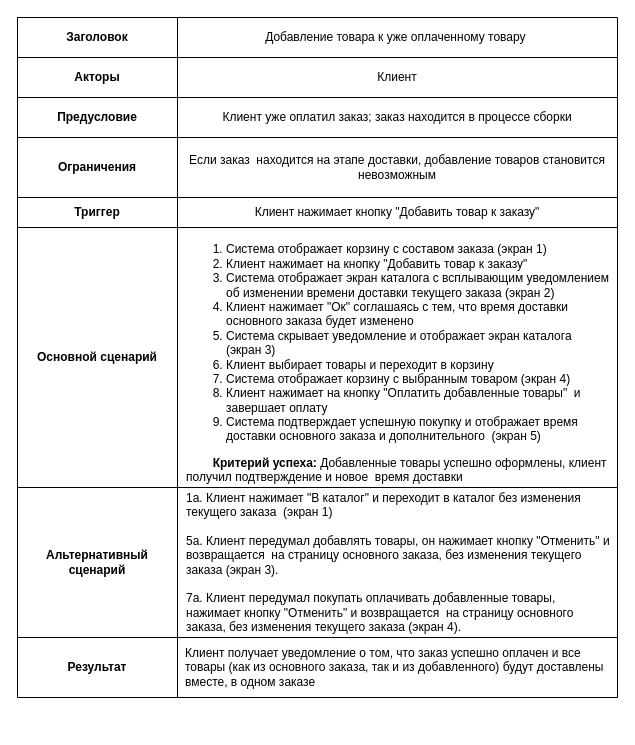
The draw.io diagram Pyatkova_Anastasiya/User_Case.drawio in abdullahproff/BSA21_1, before the edit. Source tidied: cells renumbered, new cells numbered last; positions are measured from the earlier drawing's top-left corner, leaving out a move shared by most shapes. Both pictures are drawn from the tidied source at 100%, with x=0, y=0 at pixel (17, 17).
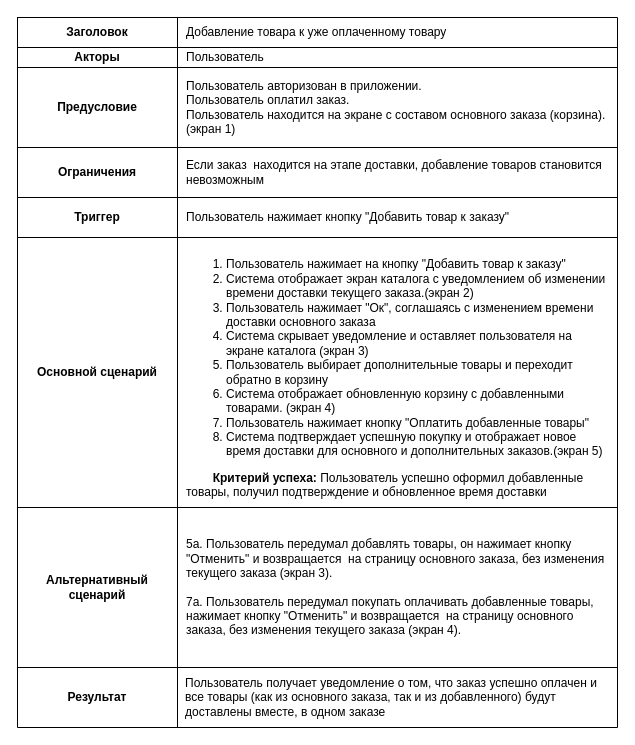
The same page after the edit.

What changed in the source:
```diff
@@
     <mxCell id="2" style="shape=table;startSize=0;childLayout=tableLayout;" parent="1" vertex="1">
-      <mxGeometry width="600" height="680" as="geometry" />
+      <mxGeometry width="600" height="710" as="geometry" />
     </mxCell>
     <mxCell id="3" style="shape=tableRow;horizontal=0;startSize=0;swimlaneHead=0;swimlaneBody=0;strokeColor=inherit;top=0;left=0;bottom=0;right=0;fillColor=none;" parent="2" vertex="1">
-      <mxGeometry width="600" height="40" as="geometry" />
+      <mxGeometry width="600" height="30" as="geometry" />
     </mxCell>
     <mxCell id="4" value="&lt;b&gt;Заголовок&lt;/b&gt;" style="shape=partialRectangle;html=1;whiteSpace=wrap;strokeColor=inherit;overflow=hidden;fillColor=none;top=0;left=0;bottom=0;right=0;" parent="3" vertex="1">
-      <mxGeometry width="160" height="40" as="geometry" />
+      <mxGeometry width="160" height="30" as="geometry" />
     </mxCell>
-    <mxCell id="5" value="Добавление товара к уже оплаченному товару&amp;nbsp;" style="shape=partialRectangle;html=1;whiteSpace=wrap;strokeColor=inherit;overflow=hidden;fillColor=none;top=0;left=0;bottom=0;right=0;spacingLeft=7;spacingRight=7;" parent="3" vertex="1">
-      <mxGeometry x="160" width="440" height="40" as="geometry" />
+    <mxCell id="5" value="Добавление товара к уже оплаченному товару&amp;nbsp;" style="shape=partialRectangle;html=1;whiteSpace=wrap;strokeColor=inherit;overflow=hidden;fillColor=none;top=0;left=0;bottom=0;right=0;spacingLeft=7;spacingRight=7;align=left;" parent="3" vertex="1">
+      <mxGeometry x="160" width="440" height="30" as="geometry" />
     </mxCell>
     <mxCell id="6" style="shape=tableRow;horizontal=0;startSize=0;swimlaneHead=0;swimlaneBody=0;strokeColor=inherit;top=0;left=0;bottom=0;right=0;fillColor=none;" parent="2" vertex="1">
-      <mxGeometry y="40" width="600" height="40" as="geometry" />
+      <mxGeometry y="30" width="600" height="20" as="geometry" />
     </mxCell>
     <mxCell id="7" value="&lt;b&gt;Акторы&lt;/b&gt;" style="shape=partialRectangle;html=1;whiteSpace=wrap;strokeColor=inherit;overflow=hidden;fillColor=none;top=0;left=0;bottom=0;right=0;" parent="6" vertex="1">
-      <mxGeometry width="160" height="40" as="geometry" />
+      <mxGeometry width="160" height="20" as="geometry" />
     </mxCell>
-    <mxCell id="8" value="Клиент" style="shape=partialRectangle;html=1;whiteSpace=wrap;strokeColor=inherit;overflow=hidden;fillColor=none;top=0;left=0;bottom=0;right=0;spacingLeft=7;spacingRight=7;" parent="6" vertex="1">
-      <mxGeometry x="160" width="440" height="40" as="geometry" />
+    <mxCell id="8" value="Пользователь" style="shape=partialRectangle;html=1;whiteSpace=wrap;strokeColor=inherit;overflow=hidden;fillColor=none;top=0;left=0;bottom=0;right=0;spacingLeft=7;spacingRight=7;align=left;" parent="6" vertex="1">
+      <mxGeometry x="160" width="440" height="20" as="geometry" />
     </mxCell>
     <mxCell id="9" style="shape=tableRow;horizontal=0;startSize=0;swimlaneHead=0;swimlaneBody=0;strokeColor=inherit;top=0;left=0;bottom=0;right=0;fillColor=none;" parent="2" vertex="1">
-      <mxGeometry y="80" width="600" height="40" as="geometry" />
+      <mxGeometry y="50" width="600" height="80" as="geometry" />
     </mxCell>
     <mxCell id="10" value="&lt;b&gt;Предусловие&lt;/b&gt;" style="shape=partialRectangle;html=1;whiteSpace=wrap;strokeColor=inherit;overflow=hidden;fillColor=none;top=0;left=0;bottom=0;right=0;" parent="9" vertex="1">
-      <mxGeometry width="160" height="40" as="geometry" />
+      <mxGeometry width="160" height="80" as="geometry" />
     </mxCell>
-    <mxCell id="11" value="Клиент  уже оплатил заказ; заказ находится в процессе сборки" style="shape=partialRectangle;html=1;whiteSpace=wrap;strokeColor=inherit;overflow=hidden;fillColor=none;top=0;left=0;bottom=0;right=0;spacingLeft=7;spacingRight=7;" parent="9" vertex="1">
-      <mxGeometry x="160" width="440" height="40" as="geometry" />
+    <mxCell id="11" value="Пользователь авторизован в приложении.&lt;div&gt;Пользователь оплатил заказ.&amp;nbsp;&lt;/div&gt;&lt;div&gt;Пользователь находится на экране с составом основного заказа (корзина). (экран 1)&lt;/div&gt;" style="shape=partialRectangle;html=1;whiteSpace=wrap;strokeColor=inherit;overflow=hidden;fillColor=none;top=0;left=0;bottom=0;right=0;spacingLeft=7;spacingRight=7;align=left;" parent="9" vertex="1">
+      <mxGeometry x="160" width="440" height="80" as="geometry" />
     </mxCell>
     <mxCell id="12" style="shape=tableRow;horizontal=0;startSize=0;swimlaneHead=0;swimlaneBody=0;strokeColor=inherit;top=0;left=0;bottom=0;right=0;fillColor=none;" parent="2" vertex="1">
-      <mxGeometry y="120" width="600" height="60" as="geometry" />
+      <mxGeometry y="130" width="600" height="50" as="geometry" />
     </mxCell>
     <mxCell id="13" value="&lt;b&gt;Ограничения&lt;/b&gt;" style="shape=partialRectangle;html=1;whiteSpace=wrap;strokeColor=inherit;overflow=hidden;fillColor=none;top=0;left=0;bottom=0;right=0;" parent="12" vertex="1">
-      <mxGeometry width="160" height="60" as="geometry" />
+      <mxGeometry width="160" height="50" as="geometry" />
     </mxCell>
-    <mxCell id="14" value="Если заказ&amp;nbsp; находится на этапе доставки, добавление товаров становится невозможным" style="shape=partialRectangle;html=1;whiteSpace=wrap;strokeColor=inherit;overflow=hidden;fillColor=none;top=0;left=0;bottom=0;right=0;spacingLeft=7;spacingRight=7;" parent="12" vertex="1">
-      <mxGeometry x="160" width="440" height="60" as="geometry" />
+    <mxCell id="14" value="Если заказ&amp;nbsp; находится на этапе доставки, добавление товаров становится невозможным" style="shape=partialRectangle;html=1;whiteSpace=wrap;strokeColor=inherit;overflow=hidden;fillColor=none;top=0;left=0;bottom=0;right=0;spacingLeft=7;spacingRight=7;align=left;" parent="12" vertex="1">
+      <mxGeometry x="160" width="440" height="50" as="geometry" />
     </mxCell>
     <mxCell id="15" style="shape=tableRow;horizontal=0;startSize=0;swimlaneHead=0;swimlaneBody=0;strokeColor=inherit;top=0;left=0;bottom=0;right=0;fillColor=none;" parent="2" vertex="1">
-      <mxGeometry y="180" width="600" height="30" as="geometry" />
+      <mxGeometry y="180" width="600" height="40" as="geometry" />
     </mxCell>
     <mxCell id="16" value="&lt;b&gt;Триггер&lt;/b&gt;" style="shape=partialRectangle;html=1;whiteSpace=wrap;strokeColor=inherit;overflow=hidden;fillColor=none;top=0;left=0;bottom=0;right=0;" parent="15" vertex="1">
-      <mxGeometry width="160" height="30" as="geometry" />
+      <mxGeometry width="160" height="40" as="geometry" />
     </mxCell>
-    <mxCell id="17" value="Клиент нажимает кнопку &quot;Добавить товар к заказу&quot;" style="shape=partialRectangle;html=1;whiteSpace=wrap;strokeColor=inherit;overflow=hidden;fillColor=none;top=0;left=0;bottom=0;right=0;spacingLeft=7;spacingRight=7;" parent="15" vertex="1">
-      <mxGeometry x="160" width="440" height="30" as="geometry" />
+    <mxCell id="17" value="Пользователь нажимает кнопку &quot;Добавить товар к заказу&quot;" style="shape=partialRectangle;html=1;whiteSpace=wrap;strokeColor=inherit;overflow=hidden;fillColor=none;top=0;left=0;bottom=0;right=0;spacingLeft=7;spacingRight=7;align=left;" parent="15" vertex="1">
+      <mxGeometry x="160" width="440" height="40" as="geometry" />
     </mxCell>
     <mxCell id="18" style="shape=tableRow;horizontal=0;startSize=0;swimlaneHead=0;swimlaneBody=0;strokeColor=inherit;top=0;left=0;bottom=0;right=0;fillColor=none;" parent="2" vertex="1">
-      <mxGeometry y="210" width="600" height="260" as="geometry" />
+      <mxGeometry y="220" width="600" height="270" as="geometry" />
     </mxCell>
     <mxCell id="19" value="&lt;b&gt;Основной сценарий&lt;/b&gt;" style="shape=partialRectangle;html=1;whiteSpace=wrap;strokeColor=inherit;overflow=hidden;fillColor=none;top=0;left=0;bottom=0;right=0;" parent="18" vertex="1">
-      <mxGeometry width="160" height="260" as="geometry" />
+      <mxGeometry width="160" height="270" as="geometry" />
     </mxCell>
-    <mxCell id="20" value="&lt;ol style=&quot;&quot;&gt;&lt;li&gt;&lt;span style=&quot;background-color: initial;&quot;&gt;Система отображает корзину с составом заказа (экран 1)&lt;/span&gt;&lt;/li&gt;&lt;li&gt;Клиент нажимает на кнопку &quot;Добавить товар к заказу&quot;&lt;/li&gt;&lt;li&gt;Система отображает экран каталога с всплывающим уведомлением об изменении времени доставки текущего заказа (экран 2)&lt;/li&gt;&lt;li&gt;Клиент нажимает &quot;Ок&quot; соглашаясь с тем, что время доставки основного заказа будет изменено&lt;/li&gt;&lt;li&gt;Система скрывает уведомление и отображает экран каталога (экран 3)&lt;/li&gt;&lt;li&gt;Клиент выбирает товары и переходит в корзину&lt;/li&gt;&lt;li&gt;Система отображает корзину с выбранным товаром (экран 4)&lt;/li&gt;&lt;li&gt;Клиент нажимает на кнопку &quot;Оплатить добавленные товары&quot;&amp;nbsp; и завершает оплату&lt;/li&gt;&lt;li&gt;Система подтверждает успешную покупку и отображает время доставки основного заказа и дополнительного&amp;nbsp; (экран 5)&lt;b style=&quot;&quot;&gt;&lt;br&gt;&lt;/b&gt;&lt;/li&gt;&lt;/ol&gt;&lt;div&gt;&lt;div&gt;&lt;span style=&quot;background-color: initial;&quot;&gt;&lt;div style=&quot;&quot;&gt;&lt;b style=&quot;font-weight: bold; background-color: initial;&quot;&gt;&lt;span style=&quot;white-space: pre;&quot;&gt;&#9;&lt;/span&gt;&lt;/b&gt;&lt;b style=&quot;font-weight: bold; background-color: initial;&quot;&gt;Критерий успеха: &lt;/b&gt;&lt;span style=&quot;background-color: initial;&quot;&gt;Добавленные товары успешно&lt;/span&gt;&lt;span style=&quot;font-weight: normal; background-color: initial;&quot;&gt;&amp;nbsp;оформлены, клиент получил подтверждение и новое&amp;nbsp; время доставки&lt;/span&gt;&lt;/div&gt;&lt;/span&gt;&lt;/div&gt;&lt;/div&gt;" style="shape=partialRectangle;html=1;whiteSpace=wrap;strokeColor=inherit;overflow=hidden;fillColor=none;top=0;left=0;bottom=0;right=0;spacingLeft=7;spacingRight=7;align=left;" parent="18" vertex="1">
-      <mxGeometry x="160" width="440" height="260" as="geometry" />
+    <mxCell id="20" value="&lt;ol style=&quot;&quot;&gt;&lt;li&gt;Пользователь нажимает на кнопку &quot;Добавить товар к заказу&quot;&lt;/li&gt;&lt;li&gt;Система отображает экран каталога с уведомлением об изменении времени доставки текущего заказа.(экран 2)&lt;/li&gt;&lt;li&gt;Пользователь нажимает &quot;Ок&quot;, соглашаясь с изменением времени доставки основного заказа&lt;/li&gt;&lt;li&gt;Система скрывает уведомление и оставляет пользователя на экране каталога (экран 3)&lt;/li&gt;&lt;li&gt;Пользователь выбирает дополнительные товары и переходит обратно в корзину&lt;/li&gt;&lt;li&gt;Система отображает обновленную корзину с добавленными товарами. (экран 4)&lt;/li&gt;&lt;li&gt;Пользователь нажимает кнопку &quot;Оплатить добавленные товары&quot;&lt;/li&gt;&lt;li&gt;Система подтверждает успешную покупку и отображает новое время доставки для основного и дополнительных заказов.(экран 5)&lt;b style=&quot;&quot;&gt;&lt;br&gt;&lt;/b&gt;&lt;/li&gt;&lt;/ol&gt;&lt;div&gt;&lt;span style=&quot;background-color: initial;&quot;&gt;&lt;div style=&quot;&quot;&gt;&lt;b style=&quot;font-weight: bold; background-color: initial;&quot;&gt;&lt;span style=&quot;white-space: pre;&quot;&gt;&#9;&lt;/span&gt;&lt;/b&gt;&lt;b style=&quot;font-weight: bold; background-color: initial;&quot;&gt;Критерий успеха: &lt;/b&gt;&lt;span style=&quot;background-color: initial;&quot;&gt;Пользователь успешно оформил добавленные товары, получил подтверждение и обновленное время доставки&lt;/span&gt;&lt;/div&gt;&lt;/span&gt;&lt;/div&gt;" style="shape=partialRectangle;html=1;whiteSpace=wrap;strokeColor=inherit;overflow=hidden;fillColor=none;top=0;left=0;bottom=0;right=0;spacingLeft=7;spacingRight=7;align=left;" parent="18" vertex="1">
+      <mxGeometry x="160" width="440" height="270" as="geometry" />
     </mxCell>
     <mxCell id="21" style="shape=tableRow;horizontal=0;startSize=0;swimlaneHead=0;swimlaneBody=0;strokeColor=inherit;top=0;left=0;bottom=0;right=0;fillColor=none;" parent="2" vertex="1">
-      <mxGeometry y="470" width="600" height="150" as="geometry" />
+      <mxGeometry y="490" width="600" height="160" as="geometry" />
     </mxCell>
     <mxCell id="22" value="&lt;b&gt;Альтернативный сценарий&lt;/b&gt;" style="shape=partialRectangle;html=1;whiteSpace=wrap;strokeColor=inherit;overflow=hidden;fillColor=none;top=0;left=0;bottom=0;right=0;" parent="21" vertex="1">
-      <mxGeometry width="160" height="150" as="geometry" />
+      <mxGeometry width="160" height="160" as="geometry" />
     </mxCell>
-    <mxCell id="23" value="&lt;span style=&quot;background-color: initial;&quot;&gt;1а. Клиент нажимает &quot;В каталог&quot; и переходит в каталог без изменения текущего заказа&amp;nbsp; (экран 1)&lt;/span&gt;&lt;br&gt;&lt;span style=&quot;background-color: initial;&quot;&gt;&lt;br&gt;&lt;/span&gt;&lt;div&gt;&lt;span style=&quot;background-color: initial;&quot;&gt;5а.&amp;nbsp;&lt;/span&gt;&lt;span style=&quot;background-color: initial;&quot;&gt;Клиент передумал добавлять товары, он нажимает кнопку &quot;Отменить&quot; и возвращается&amp;nbsp;&lt;/span&gt;&amp;nbsp;на страницу основного заказа, без изменения текущего заказа (экран 3)&lt;span style=&quot;background-color: initial;&quot;&gt;.&lt;/span&gt;&lt;br&gt;&lt;span style=&quot;background-color: initial;&quot;&gt;&lt;br&gt;&lt;/span&gt;&lt;/div&gt;&lt;div&gt;&lt;span style=&quot;background-color: initial;&quot;&gt;7а. Клиент передумал покупать оплачивать добавленные товары, нажимает кнопку &quot;Отменить&quot;&amp;nbsp;&lt;/span&gt;&lt;span style=&quot;background-color: initial;&quot;&gt;и возвращается&amp;nbsp; на страницу основного заказа, без изменения текущего заказа (экран 4).&lt;/span&gt;&lt;/div&gt;" style="shape=partialRectangle;html=1;whiteSpace=wrap;strokeColor=inherit;overflow=hidden;fillColor=none;top=0;left=0;bottom=0;right=0;align=left;spacingLeft=7;spacingRight=7;" parent="21" vertex="1">
-      <mxGeometry x="160" width="440" height="150" as="geometry" />
+    <mxCell id="23" value="&lt;div&gt;&lt;span style=&quot;background-color: initial;&quot;&gt;5а.&amp;nbsp;&lt;/span&gt;&lt;span style=&quot;background-color: initial;&quot;&gt;Пользователь&amp;nbsp;передумал добавлять товары, он нажимает кнопку &quot;Отменить&quot; и возвращается&amp;nbsp;&lt;/span&gt;&amp;nbsp;на страницу основного заказа, без изменения текущего заказа (экран 3)&lt;span style=&quot;background-color: initial;&quot;&gt;.&lt;/span&gt;&lt;br&gt;&lt;span style=&quot;background-color: initial;&quot;&gt;&lt;br&gt;&lt;/span&gt;&lt;/div&gt;&lt;div&gt;&lt;span style=&quot;background-color: initial;&quot;&gt;7а. Пользователь&amp;nbsp;передумал покупать оплачивать добавленные товары, нажимает кнопку &quot;Отменить&quot;&amp;nbsp;&lt;/span&gt;&lt;span style=&quot;background-color: initial;&quot;&gt;и возвращается&amp;nbsp; на страницу основного заказа, без изменения текущего заказа (экран 4).&lt;/span&gt;&lt;/div&gt;" style="shape=partialRectangle;html=1;whiteSpace=wrap;strokeColor=inherit;overflow=hidden;fillColor=none;top=0;left=0;bottom=0;right=0;align=left;spacingLeft=7;spacingRight=7;" parent="21" vertex="1">
+      <mxGeometry x="160" width="440" height="160" as="geometry" />
     </mxCell>
     <mxCell id="24" style="shape=tableRow;horizontal=0;startSize=0;swimlaneHead=0;swimlaneBody=0;strokeColor=inherit;top=0;left=0;bottom=0;right=0;fillColor=none;" parent="2" vertex="1">
-      <mxGeometry y="620" width="600" height="60" as="geometry" />
+      <mxGeometry y="650" width="600" height="60" as="geometry" />
     </mxCell>
@@
-    <mxCell id="26" value="&lt;div style=&quot;text-align: left;&quot;&gt;&lt;span style=&quot;background-color: initial; text-align: center;&quot;&gt;Клиент получает уведомление о том, что заказ успешно оплачен и все товары (как из основного заказа, так и из добавленного) будут доставлены вместе, в одном заказе&lt;/span&gt;&lt;/div&gt;" style="shape=partialRectangle;html=1;whiteSpace=wrap;strokeColor=inherit;overflow=hidden;fillColor=none;top=0;left=0;bottom=0;right=0;spacingLeft=7;spacingRight=7;" parent="24" vertex="1">
+    <mxCell id="26" value="&lt;div style=&quot;text-align: left;&quot;&gt;&lt;span style=&quot;background-color: initial; text-align: center;&quot;&gt;Пользователь&lt;/span&gt;&lt;span style=&quot;background-color: initial; text-align: center;&quot;&gt;&amp;nbsp;получает уведомление о том, что заказ успешно оплачен и все товары (как из основного заказа, так и из добавленного) будут доставлены вместе, в одном заказе&lt;/span&gt;&lt;/div&gt;" style="shape=partialRectangle;html=1;whiteSpace=wrap;strokeColor=inherit;overflow=hidden;fillColor=none;top=0;left=0;bottom=0;right=0;spacingLeft=7;spacingRight=7;" parent="24" vertex="1">
       <mxGeometry x="160" width="440" height="60" as="geometry" />
     </mxCell>
```
